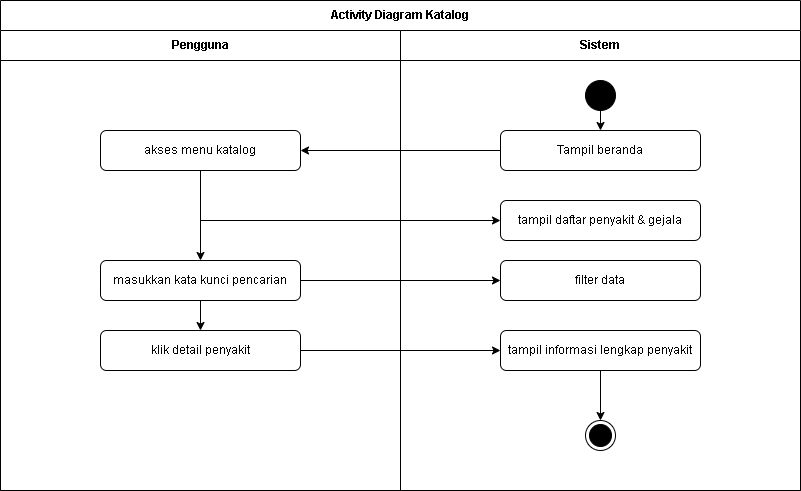
The draw.io diagram diagram/Activity/user_katalog.png in Jinsky/Jinsky, before a commit. Source tidied: cells renumbered, new cells last; positions are measured from the earlier drawing's top-left corner, leaving out a move shared by most shapes.
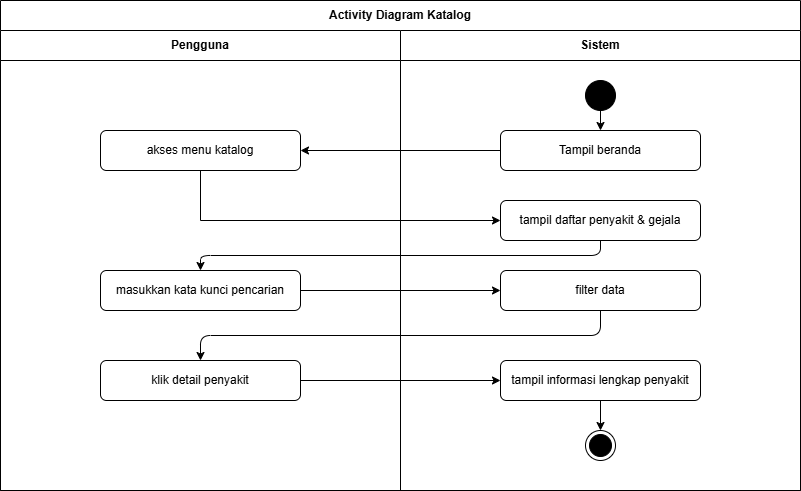
The same diagram one commit later.

The edit, as a diff of the source:
```diff
@@ -8,20 +8,14 @@
     <mxCell id="3" value="Pengguna" style="swimlane;html=1;startSize=30;whiteSpace=wrap;" parent="2" vertex="1">
       <mxGeometry y="30" width="400" height="460" as="geometry" />
     </mxCell>
-    <mxCell id="4" style="edgeStyle=none;html=1;" parent="3" edge="1" source="5" target="7">
-      <mxGeometry relative="1" as="geometry" />
-    </mxCell>
     <mxCell id="5" value="akses menu katalog" style="rounded=1;whiteSpace=wrap;html=1;" parent="3" vertex="1">
       <mxGeometry x="100" y="100" width="200" height="40" as="geometry" />
     </mxCell>
-    <mxCell id="6" style="edgeStyle=none;html=1;" parent="3" edge="1" source="7" target="8">
-      <mxGeometry relative="1" as="geometry" />
-    </mxCell>
     <mxCell id="7" value="masukkan kata kunci pencarian" style="rounded=1;whiteSpace=wrap;html=1;" parent="3" vertex="1">
-      <mxGeometry x="100" y="230" width="200" height="40" as="geometry" />
+      <mxGeometry x="100" y="240" width="200" height="40" as="geometry" />
     </mxCell>
     <mxCell id="8" value="klik detail penyakit" style="rounded=1;whiteSpace=wrap;html=1;" parent="3" vertex="1">
-      <mxGeometry x="100" y="300" width="200" height="40" as="geometry" />
+      <mxGeometry x="100" y="330" width="200" height="40" as="geometry" />
     </mxCell>
     <mxCell id="9" value="Sistem" style="swimlane;html=1;startSize=30;whiteSpace=wrap;" parent="2" vertex="1">
       <mxGeometry x="400" y="30" width="400" height="460" as="geometry" />
@@ -30,16 +24,16 @@
       <mxGeometry x="100" y="170" width="200" height="40" as="geometry" />
     </mxCell>
     <mxCell id="11" value="filter data" style="rounded=1;whiteSpace=wrap;html=1;" parent="9" vertex="1">
-      <mxGeometry x="100" y="230" width="200" height="40" as="geometry" />
+      <mxGeometry x="100" y="240" width="200" height="40" as="geometry" />
     </mxCell>
     <mxCell id="12" style="edgeStyle=none;html=1;" parent="9" edge="1" source="13" target="14">
       <mxGeometry relative="1" as="geometry" />
     </mxCell>
     <mxCell id="13" value="tampil informasi lengkap penyakit" style="rounded=1;whiteSpace=wrap;html=1;" parent="9" vertex="1">
-      <mxGeometry x="100" y="300" width="200" height="40" as="geometry" />
+      <mxGeometry x="100" y="330" width="200" height="40" as="geometry" />
     </mxCell>
     <mxCell id="14" style="ellipse;html=1;shape=endState;fillColor=#000000;strokeColor=#000000;" parent="9" vertex="1">
-      <mxGeometry x="185" y="390" width="30" height="30" as="geometry" />
+      <mxGeometry x="185" y="400" width="30" height="30" as="geometry" />
     </mxCell>
     <mxCell id="15" style="edgeStyle=none;html=1;" parent="9" edge="1" source="16" target="17">
       <mxGeometry relative="1" as="geometry" />
@@ -53,6 +47,12 @@
     <mxCell id="18" style="edgeStyle=none;html=1;entryX=1;entryY=0.5;entryDx=0;entryDy=0;" parent="2" edge="1" source="17" target="5">
       <mxGeometry relative="1" as="geometry" />
     </mxCell>
+    <mxCell id="22" style="edgeStyle=orthogonalEdgeStyle;html=1;entryX=0.5;entryY=0;entryDx=0;entryDy=0;exitX=0.5;exitY=1;exitDx=0;exitDy=0;" parent="2" edge="1" source="10" target="7">
+      <mxGeometry relative="1" as="geometry" />
+    </mxCell>
+    <mxCell id="23" style="edgeStyle=orthogonalEdgeStyle;html=1;entryX=0.5;entryY=0;entryDx=0;entryDy=0;exitX=0.5;exitY=1;exitDx=0;exitDy=0;" parent="2" edge="1" source="11" target="8">
+      <mxGeometry relative="1" as="geometry" />
+    </mxCell>
     <mxCell id="19" style="edgeStyle=orthogonalEdgeStyle;rounded=0;jettySize=auto;html=1;entryX=0;entryY=0.5;entryDx=0;entryDy=0;" parent="1" edge="1" source="5" target="10">
       <mxGeometry relative="1" as="geometry">
         <Array as="points">
```
